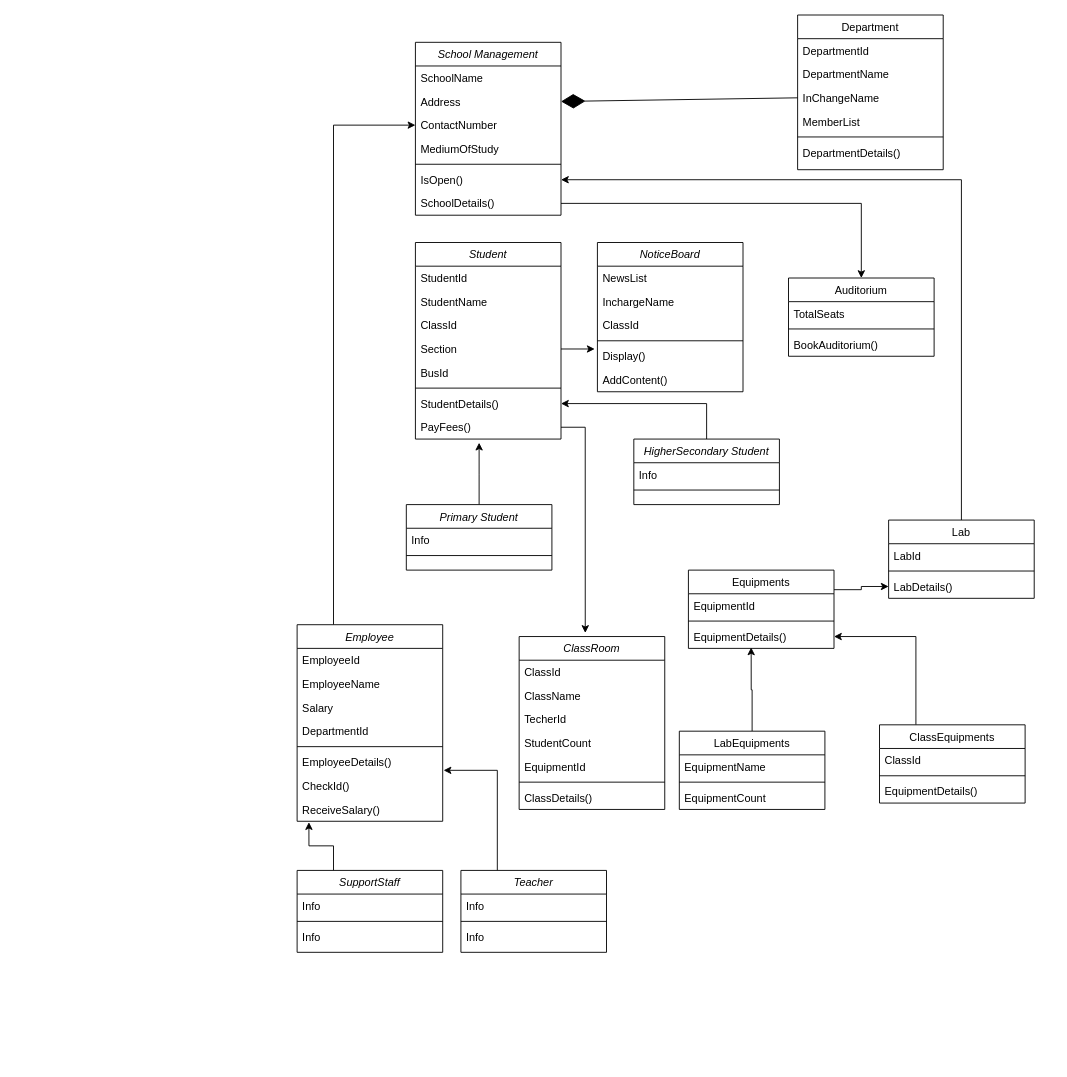
Earlier version of the draw.io diagram Untitled Diagram.drawio (walidulhasan/UML). Source tidied: cells renumbered, new cells numbered last; positions are measured from the earlier drawing's top-left corner, leaving out a move shared by most shapes. Both pictures are drawn from the tidied source at 91%, with x=0, y=0 at pixel (297, 15).
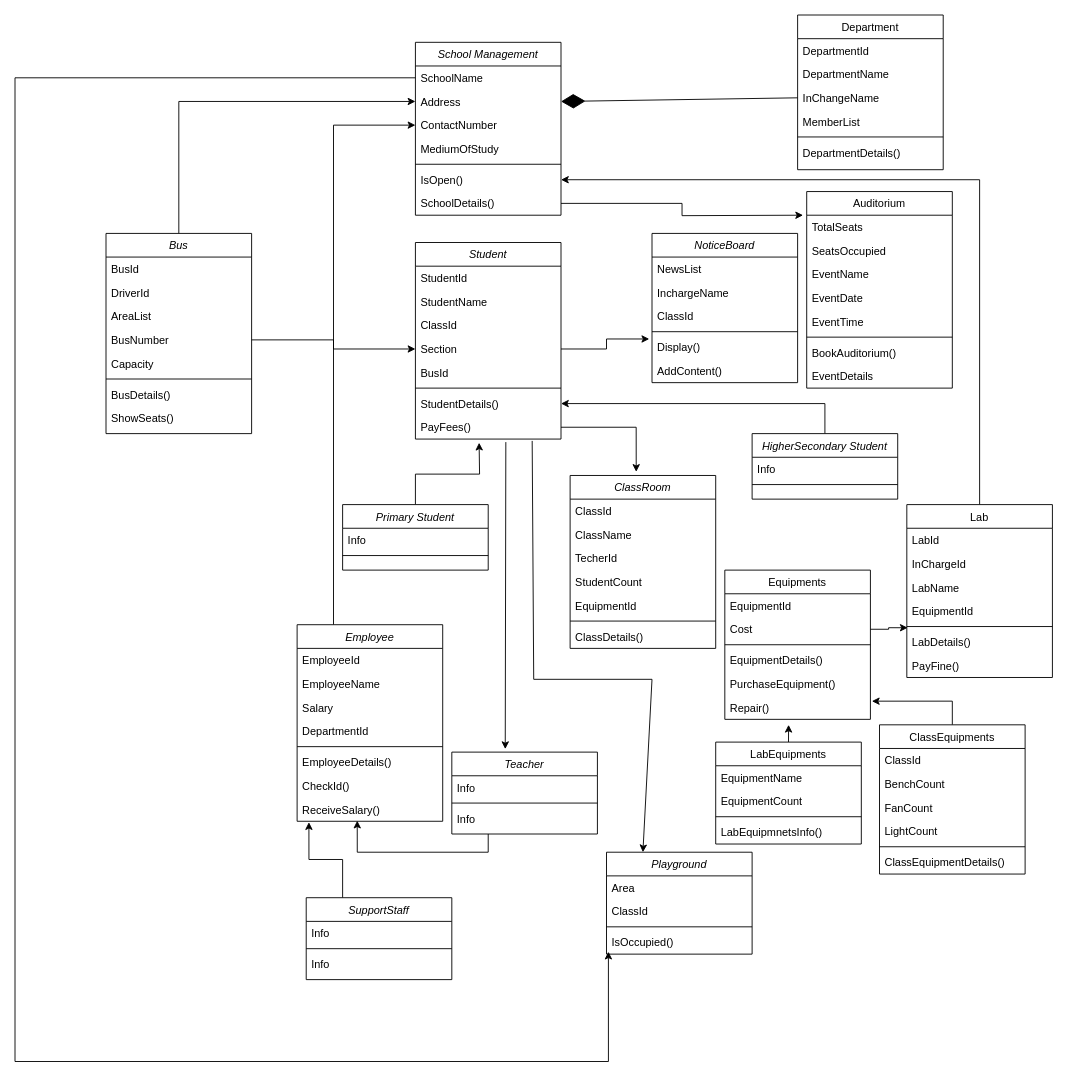
Above is the later version.

Unchanged cells that the change refers to:
```xml
<mxCell id="3" value="SchoolName" style="text;align=left;verticalAlign=top;spacingLeft=4;spacingRight=4;overflow=hidden;points=[[0,0.5],[1,0.5]];portConstraint=eastwest;" parent="2" vertex="1">
  <mxGeometry y="26" width="160" height="26" as="geometry" />
</mxCell>
<mxCell id="4" value="Address" style="text;align=left;verticalAlign=top;spacingLeft=4;spacingRight=4;overflow=hidden;points=[[0,0.5],[1,0.5]];portConstraint=eastwest;rounded=0;shadow=0;html=0;" parent="2" vertex="1">
  <mxGeometry y="52" width="160" height="26" as="geometry" />
</mxCell>
<mxCell id="9" value="SchoolDetails()" style="text;align=left;verticalAlign=top;spacingLeft=4;spacingRight=4;overflow=hidden;points=[[0,0.5],[1,0.5]];portConstraint=eastwest;" parent="2" vertex="1">
  <mxGeometry y="164" width="160" height="26" as="geometry" />
</mxCell>
<mxCell id="22" value="Section" style="text;align=left;verticalAlign=top;spacingLeft=4;spacingRight=4;overflow=hidden;points=[[0,0.5],[1,0.5]];portConstraint=eastwest;rounded=0;shadow=0;html=0;" parent="18" vertex="1">
  <mxGeometry y="104" width="160" height="26" as="geometry" />
</mxCell>
<mxCell id="26" value="PayFees()" style="text;align=left;verticalAlign=top;spacingLeft=4;spacingRight=4;overflow=hidden;points=[[0,0.5],[1,0.5]];portConstraint=eastwest;" parent="18" vertex="1">
  <mxGeometry y="190" width="160" height="26" as="geometry" />
</mxCell>
<mxCell id="59" value="CheckId()" style="text;align=left;verticalAlign=top;spacingLeft=4;spacingRight=4;overflow=hidden;points=[[0,0.5],[1,0.5]];portConstraint=eastwest;rounded=0;shadow=0;html=0;" parent="52" vertex="1">
  <mxGeometry y="164" width="160" height="26" as="geometry" />
</mxCell>
<mxCell id="60" value="ReceiveSalary()" style="text;align=left;verticalAlign=top;spacingLeft=4;spacingRight=4;overflow=hidden;points=[[0,0.5],[1,0.5]];portConstraint=eastwest;rounded=0;shadow=0;html=0;" parent="52" vertex="1">
  <mxGeometry y="190" width="160" height="26" as="geometry" />
</mxCell>
```

Diff of the diagram source:
```diff
@@
     <mxCell id="27" value="NoticeBoard" style="swimlane;fontStyle=2;align=center;verticalAlign=top;horizontal=1;startSize=26;rounded=0;shadow=0;strokeWidth=1;" parent="1" vertex="1">
-      <mxGeometry x="330" y="250" width="160" height="164" as="geometry" />
+      <mxGeometry x="390" y="240" width="160" height="164" as="geometry" />
     </mxCell>
@@
     <mxCell id="35" value="Primary Student" style="swimlane;fontStyle=2;align=center;verticalAlign=top;horizontal=1;startSize=26;rounded=0;shadow=0;strokeWidth=1;" parent="1" vertex="1">
-      <mxGeometry x="120" y="538" width="160" height="72" as="geometry" />
+      <mxGeometry x="50" y="538" width="160" height="72" as="geometry" />
     </mxCell>
@@
     <mxCell id="39" value="HigherSecondary Student" style="swimlane;fontStyle=2;align=center;verticalAlign=top;horizontal=1;startSize=26;rounded=0;shadow=0;strokeWidth=1;" parent="1" vertex="1">
-      <mxGeometry x="370" y="466" width="160" height="72" as="geometry" />
+      <mxGeometry x="500" y="460" width="160" height="72" as="geometry" />
     </mxCell>
@@
     <mxCell id="42" value="ClassRoom" style="swimlane;fontStyle=2;align=center;verticalAlign=top;horizontal=1;startSize=26;rounded=0;shadow=0;strokeWidth=1;" parent="1" vertex="1">
-      <mxGeometry x="244" y="683" width="160" height="190" as="geometry" />
+      <mxGeometry x="300" y="506" width="160" height="190" as="geometry" />
     </mxCell>
@@
     <mxCell id="62" value="SupportStaff" style="swimlane;fontStyle=2;align=center;verticalAlign=top;horizontal=1;startSize=26;rounded=0;shadow=0;strokeWidth=1;" parent="1" vertex="1">
-      <mxGeometry y="940" width="160" height="90" as="geometry" />
+      <mxGeometry x="10" y="970" width="160" height="90" as="geometry" />
     </mxCell>
@@
-    <mxCell id="66" style="edgeStyle=orthogonalEdgeStyle;rounded=0;jettySize=auto;html=1;exitX=0.25;exitY=0;exitDx=0;exitDy=0;entryX=1.006;entryY=-0.154;entryDx=0;entryDy=0;entryPerimeter=0;" parent="1" edge="1" source="67" target="59">
-      <mxGeometry relative="1" as="geometry" />
-    </mxCell>
+    <mxCell id="97" style="edgeStyle=orthogonalEdgeStyle;rounded=0;jettySize=auto;html=1;exitX=0.25;exitY=1;exitDx=0;exitDy=0;entryX=0.413;entryY=0.974;entryDx=0;entryDy=0;entryPerimeter=0;" parent="1" edge="1" source="67" target="60">
+      <mxGeometry relative="1" as="geometry" />
+    </mxCell>
     <mxCell id="67" value="Teacher" style="swimlane;fontStyle=2;align=center;verticalAlign=top;horizontal=1;startSize=26;rounded=0;shadow=0;strokeWidth=1;" parent="1" vertex="1">
-      <mxGeometry x="180" y="940" width="160" height="90" as="geometry" />
+      <mxGeometry x="170" y="810" width="160" height="90" as="geometry" />
     </mxCell>
@@
     <mxCell id="72" value="Auditorium" style="swimlane;fontStyle=0;align=center;verticalAlign=top;horizontal=1;startSize=26;rounded=0;shadow=0;strokeWidth=1;" parent="1" vertex="1">
-      <mxGeometry x="540" y="289" width="160" height="86" as="geometry" />
+      <mxGeometry x="560" y="194" width="160" height="216" as="geometry" />
     </mxCell>
@@
+    <mxCell id="98" value="SeatsOccupied" style="text;align=left;verticalAlign=top;spacingLeft=4;spacingRight=4;overflow=hidden;" parent="72" vertex="1">
+      <mxGeometry y="52" width="160" height="26" as="geometry" />
+    </mxCell>
+    <mxCell id="99" value="EventName" style="text;align=left;verticalAlign=top;spacingLeft=4;spacingRight=4;overflow=hidden;" parent="72" vertex="1">
+      <mxGeometry y="78" width="160" height="26" as="geometry" />
+    </mxCell>
+    <mxCell id="100" value="EventDate" style="text;align=left;verticalAlign=top;spacingLeft=4;spacingRight=4;overflow=hidden;" parent="72" vertex="1">
+      <mxGeometry y="104" width="160" height="26" as="geometry" />
+    </mxCell>
+    <mxCell id="101" value="EventTime" style="text;align=left;verticalAlign=top;spacingLeft=4;spacingRight=4;overflow=hidden;" parent="72" vertex="1">
+      <mxGeometry y="130" width="160" height="26" as="geometry" />
+    </mxCell>
     <mxCell id="74" style="line;html=1;strokeWidth=1;align=left;verticalAlign=middle;spacingTop=-1;spacingLeft=3;spacingRight=3;labelPosition=right;" parent="72" vertex="1">
-      <mxGeometry y="52" width="160" height="8" as="geometry" />
+      <mxGeometry y="156" width="160" height="8" as="geometry" />
     </mxCell>
     <mxCell id="75" value="BookAuditorium()" style="text;align=left;verticalAlign=top;spacingLeft=4;spacingRight=4;overflow=hidden;" parent="72" vertex="1">
-      <mxGeometry y="60" width="160" height="26" as="geometry" />
+      <mxGeometry y="164" width="160" height="26" as="geometry" />
     </mxCell>
-    <mxCell id="76" style="edgeStyle=orthogonalEdgeStyle;rounded=0;jettySize=auto;html=1;exitX=1;exitY=0.5;exitDx=0;exitDy=0;entryX=0.5;entryY=0;entryDx=0;entryDy=0;" parent="1" edge="1" source="9" target="72">
-      <mxGeometry relative="1" as="geometry" />
-    </mxCell>
+    <mxCell id="102" value="EventDetails" style="text;align=left;verticalAlign=top;spacingLeft=4;spacingRight=4;overflow=hidden;" parent="72" vertex="1">
+      <mxGeometry y="190" width="160" height="26" as="geometry" />
+    </mxCell>
@@
     <mxCell id="78" value="Lab" style="swimlane;fontStyle=0;align=center;verticalAlign=top;horizontal=1;startSize=26;rounded=0;shadow=0;strokeWidth=1;" parent="1" vertex="1">
-      <mxGeometry x="650" y="555" width="160" height="86" as="geometry" />
+      <mxGeometry x="670" y="538" width="160" height="190" as="geometry" />
     </mxCell>
@@
+    <mxCell id="103" value="InChargeId" style="text;align=left;verticalAlign=top;spacingLeft=4;spacingRight=4;overflow=hidden;" parent="78" vertex="1">
+      <mxGeometry y="52" width="160" height="26" as="geometry" />
+    </mxCell>
+    <mxCell id="104" value="LabName" style="text;align=left;verticalAlign=top;spacingLeft=4;spacingRight=4;overflow=hidden;" parent="78" vertex="1">
+      <mxGeometry y="78" width="160" height="26" as="geometry" />
+    </mxCell>
+    <mxCell id="105" value="EquipmentId" style="text;align=left;verticalAlign=top;spacingLeft=4;spacingRight=4;overflow=hidden;" parent="78" vertex="1">
+      <mxGeometry y="104" width="160" height="26" as="geometry" />
+    </mxCell>
     <mxCell id="80" style="line;html=1;strokeWidth=1;align=left;verticalAlign=middle;spacingTop=-1;spacingLeft=3;spacingRight=3;labelPosition=right;points=[];portConstraint=eastwest;" parent="78" vertex="1">
-      <mxGeometry y="52" width="160" height="8" as="geometry" />
+      <mxGeometry y="130" width="160" height="8" as="geometry" />
     </mxCell>
     <mxCell id="81" value="LabDetails()" style="text;align=left;verticalAlign=top;spacingLeft=4;spacingRight=4;overflow=hidden;points=[[0,0.5],[1,0.5]];portConstraint=eastwest;" parent="78" vertex="1">
-      <mxGeometry y="60" width="160" height="26" as="geometry" />
+      <mxGeometry y="138" width="160" height="26" as="geometry" />
     </mxCell>
-    <mxCell id="82" style="edgeStyle=orthogonalEdgeStyle;rounded=0;jettySize=auto;html=1;exitX=1;exitY=0.25;exitDx=0;exitDy=0;" parent="1" edge="1" source="83" target="81">
-      <mxGeometry relative="1" as="geometry" />
-    </mxCell>
+    <mxCell id="106" value="PayFine()" style="text;align=left;verticalAlign=top;spacingLeft=4;spacingRight=4;overflow=hidden;" parent="78" vertex="1">
+      <mxGeometry y="164" width="160" height="26" as="geometry" />
+    </mxCell>
     <mxCell id="83" value="Equipments" style="swimlane;fontStyle=0;align=center;verticalAlign=top;horizontal=1;startSize=26;rounded=0;shadow=0;strokeWidth=1;" parent="1" vertex="1">
-      <mxGeometry x="430" y="610" width="160" height="86" as="geometry" />
+      <mxGeometry x="470" y="610" width="160" height="164" as="geometry" />
     </mxCell>
@@
+    <mxCell id="107" value="Cost" style="text;align=left;verticalAlign=top;spacingLeft=4;spacingRight=4;overflow=hidden;points=[[0,0.5],[1,0.5]];portConstraint=eastwest;" parent="83" vertex="1">
+      <mxGeometry y="52" width="160" height="26" as="geometry" />
+    </mxCell>
     <mxCell id="85" style="line;html=1;strokeWidth=1;align=left;verticalAlign=middle;spacingTop=-1;spacingLeft=3;spacingRight=3;labelPosition=right;" parent="83" vertex="1">
-      <mxGeometry y="52" width="160" height="8" as="geometry" />
+      <mxGeometry y="78" width="160" height="8" as="geometry" />
     </mxCell>
     <mxCell id="86" value="EquipmentDetails()" style="text;align=left;verticalAlign=top;spacingLeft=4;spacingRight=4;overflow=hidden;points=[[0,0.5],[1,0.5]];portConstraint=eastwest;" parent="83" vertex="1">
-      <mxGeometry y="60" width="160" height="26" as="geometry" />
+      <mxGeometry y="86" width="160" height="26" as="geometry" />
     </mxCell>
-    <mxCell id="87" style="edgeStyle=orthogonalEdgeStyle;rounded=0;jettySize=auto;html=1;exitX=0.5;exitY=0;exitDx=0;exitDy=0;entryX=0.431;entryY=0.962;entryDx=0;entryDy=0;entryPerimeter=0;" parent="1" edge="1" source="88" target="86">
-      <mxGeometry relative="1" as="geometry" />
-    </mxCell>
+    <mxCell id="108" value="PurchaseEquipment()" style="text;align=left;verticalAlign=top;spacingLeft=4;spacingRight=4;overflow=hidden;" parent="83" vertex="1">
+      <mxGeometry y="112" width="160" height="26" as="geometry" />
+    </mxCell>
+    <mxCell id="109" value="Repair()" style="text;align=left;verticalAlign=top;spacingLeft=4;spacingRight=4;overflow=hidden;points=[[0,0.5],[1,0.5]];portConstraint=eastwest;" parent="83" vertex="1">
+      <mxGeometry y="138" width="160" height="26" as="geometry" />
+    </mxCell>
+    <mxCell id="110" style="edgeStyle=orthogonalEdgeStyle;rounded=0;jettySize=auto;html=1;exitX=0.5;exitY=0;exitDx=0;exitDy=0;entryX=0.438;entryY=1.231;entryDx=0;entryDy=0;entryPerimeter=0;" parent="1" edge="1" source="88" target="109">
+      <mxGeometry relative="1" as="geometry" />
+    </mxCell>
     <mxCell id="88" value="LabEquipments" style="swimlane;fontStyle=0;align=center;verticalAlign=top;horizontal=1;startSize=26;rounded=0;shadow=0;strokeWidth=1;" parent="1" vertex="1">
-      <mxGeometry x="420" y="787" width="160" height="86" as="geometry" />
+      <mxGeometry x="460" y="799" width="160" height="112" as="geometry" />
     </mxCell>
@@
+    <mxCell id="111" value="EquipmentCount" style="text;align=left;verticalAlign=top;spacingLeft=4;spacingRight=4;overflow=hidden;" parent="88" vertex="1">
+      <mxGeometry y="52" width="160" height="26" as="geometry" />
+    </mxCell>
     <mxCell id="90" style="line;html=1;strokeWidth=1;align=left;verticalAlign=middle;spacingTop=-1;spacingLeft=3;spacingRight=3;labelPosition=right;" parent="88" vertex="1">
-      <mxGeometry y="52" width="160" height="8" as="geometry" />
+      <mxGeometry y="78" width="160" height="8" as="geometry" />
     </mxCell>
-    <mxCell id="91" value="EquipmentCount" style="text;align=left;verticalAlign=top;spacingLeft=4;spacingRight=4;overflow=hidden;" parent="88" vertex="1">
-      <mxGeometry y="60" width="160" height="26" as="geometry" />
+    <mxCell id="91" value="LabEquipmnetsInfo()" style="text;align=left;verticalAlign=top;spacingLeft=4;spacingRight=4;overflow=hidden;" parent="88" vertex="1">
+      <mxGeometry y="86" width="160" height="26" as="geometry" />
     </mxCell>
-    <mxCell id="92" style="edgeStyle=orthogonalEdgeStyle;rounded=0;jettySize=auto;html=1;exitX=0.25;exitY=0;exitDx=0;exitDy=0;" parent="1" edge="1" source="93" target="86">
-      <mxGeometry relative="1" as="geometry" />
-    </mxCell>
+    <mxCell id="112" style="edgeStyle=orthogonalEdgeStyle;rounded=0;jettySize=auto;html=1;exitX=0.5;exitY=0;exitDx=0;exitDy=0;entryX=1.01;entryY=0.231;entryDx=0;entryDy=0;entryPerimeter=0;" parent="1" edge="1" source="93" target="109">
+      <mxGeometry relative="1" as="geometry" />
+    </mxCell>
     <mxCell id="93" value="ClassEquipments" style="swimlane;fontStyle=0;align=center;verticalAlign=top;horizontal=1;startSize=26;rounded=0;shadow=0;strokeWidth=1;" parent="1" vertex="1">
-      <mxGeometry x="640" y="780" width="160" height="86" as="geometry" />
+      <mxGeometry x="640" y="780" width="160" height="164" as="geometry" />
     </mxCell>
@@
+    <mxCell id="113" value="BenchCount" style="text;align=left;verticalAlign=top;spacingLeft=4;spacingRight=4;overflow=hidden;" parent="93" vertex="1">
+      <mxGeometry y="52" width="160" height="26" as="geometry" />
+    </mxCell>
+    <mxCell id="114" value="FanCount" style="text;align=left;verticalAlign=top;spacingLeft=4;spacingRight=4;overflow=hidden;" parent="93" vertex="1">
+      <mxGeometry y="78" width="160" height="26" as="geometry" />
+    </mxCell>
+    <mxCell id="115" value="LightCount" style="text;align=left;verticalAlign=top;spacingLeft=4;spacingRight=4;overflow=hidden;" parent="93" vertex="1">
+      <mxGeometry y="104" width="160" height="26" as="geometry" />
+    </mxCell>
     <mxCell id="95" style="line;html=1;strokeWidth=1;align=left;verticalAlign=middle;spacingTop=-1;spacingLeft=3;spacingRight=3;labelPosition=right;" parent="93" vertex="1">
-      <mxGeometry y="52" width="160" height="8" as="geometry" />
+      <mxGeometry y="130" width="160" height="8" as="geometry" />
     </mxCell>
-    <mxCell id="96" value="EquipmentDetails()" style="text;align=left;verticalAlign=top;spacingLeft=4;spacingRight=4;overflow=hidden;" parent="93" vertex="1">
-      <mxGeometry y="60" width="160" height="26" as="geometry" />
+    <mxCell id="96" value="ClassEquipmentDetails()" style="text;align=left;verticalAlign=top;spacingLeft=4;spacingRight=4;overflow=hidden;" parent="93" vertex="1">
+      <mxGeometry y="138" width="160" height="26" as="geometry" />
     </mxCell>
+    <mxCell id="116" style="endArrow=classic;html=1;rounded=0;exitX=0.621;exitY=1.128;exitDx=0;exitDy=0;exitPerimeter=0;entryX=0.367;entryY=-0.037;entryDx=0;entryDy=0;entryPerimeter=0;" parent="1" edge="1" source="26" target="67">
+      <mxGeometry relative="1" as="geometry" />
+    </mxCell>
+    <mxCell id="117" value="Playground" style="swimlane;fontStyle=2;align=center;verticalAlign=top;horizontal=1;startSize=26;rounded=0;shadow=0;strokeWidth=1;" parent="1" vertex="1">
+      <mxGeometry x="340" y="920" width="160" height="112" as="geometry" />
+    </mxCell>
+    <mxCell id="118" value="Area" style="text;align=left;verticalAlign=top;spacingLeft=4;spacingRight=4;overflow=hidden;rounded=0;shadow=0;html=0;" parent="117" vertex="1">
+      <mxGeometry y="26" width="160" height="26" as="geometry" />
+    </mxCell>
+    <mxCell id="119" value="ClassId" style="text;align=left;verticalAlign=top;spacingLeft=4;spacingRight=4;overflow=hidden;rounded=0;shadow=0;html=0;" parent="117" vertex="1">
+      <mxGeometry y="52" width="160" height="26" as="geometry" />
+    </mxCell>
+    <mxCell id="120" style="line;html=1;strokeWidth=1;align=left;verticalAlign=middle;spacingTop=-1;spacingLeft=3;spacingRight=3;labelPosition=right;" parent="117" vertex="1">
+      <mxGeometry y="78" width="160" height="8" as="geometry" />
+    </mxCell>
+    <mxCell id="121" value="IsOccupied()" style="text;align=left;verticalAlign=top;spacingLeft=4;spacingRight=4;overflow=hidden;points=[[0,0.5],[1,0.5]];portConstraint=eastwest;rounded=0;shadow=0;html=0;" parent="117" vertex="1">
+      <mxGeometry y="86" width="160" height="26" as="geometry" />
+    </mxCell>
+    <mxCell id="122" style="endArrow=classic;html=1;rounded=0;exitX=0.802;exitY=1.077;exitDx=0;exitDy=0;exitPerimeter=0;entryX=0.25;entryY=0;entryDx=0;entryDy=0;" parent="1" edge="1" source="26" target="117">
+      <mxGeometry relative="1" as="geometry">
+        <Array as="points">
+          <mxPoint x="260" y="730" />
+          <mxPoint x="390" y="730" />
+        </Array>
+      </mxGeometry>
+    </mxCell>
+    <mxCell id="123" style="edgeStyle=orthogonalEdgeStyle;rounded=0;jettySize=auto;html=1;exitX=0;exitY=0.5;exitDx=0;exitDy=0;entryX=0.013;entryY=0.897;entryDx=0;entryDy=0;entryPerimeter=0;" parent="1" edge="1" source="3" target="121">
+      <mxGeometry relative="1" as="geometry">
+        <Array as="points">
+          <mxPoint x="-310" y="69" />
+          <mxPoint x="-310" y="1150" />
+          <mxPoint x="342" y="1150" />
+        </Array>
+      </mxGeometry>
+    </mxCell>
+    <mxCell id="124" style="edgeStyle=orthogonalEdgeStyle;rounded=0;jettySize=auto;html=1;exitX=1;exitY=0.5;exitDx=0;exitDy=0;entryX=0.006;entryY=0.667;entryDx=0;entryDy=0;entryPerimeter=0;" parent="1" edge="1" source="107" target="80">
+      <mxGeometry relative="1" as="geometry" />
+    </mxCell>
+    <mxCell id="125" style="edgeStyle=orthogonalEdgeStyle;rounded=0;jettySize=auto;html=1;exitX=1;exitY=0.5;exitDx=0;exitDy=0;" parent="1" edge="1" source="9">
+      <mxGeometry relative="1" as="geometry">
+        <mxPoint x="556" y="220" as="targetPoint" />
+      </mxGeometry>
+    </mxCell>
+    <mxCell id="126" style="edgeStyle=orthogonalEdgeStyle;rounded=0;jettySize=auto;html=1;exitX=0.5;exitY=0;exitDx=0;exitDy=0;entryX=0;entryY=0.5;entryDx=0;entryDy=0;" parent="1" edge="1" source="127" target="4">
+      <mxGeometry relative="1" as="geometry" />
+    </mxCell>
+    <mxCell id="127" value="Bus" style="swimlane;fontStyle=2;align=center;verticalAlign=top;horizontal=1;startSize=26;rounded=0;shadow=0;strokeWidth=1;" parent="1" vertex="1">
+      <mxGeometry x="-210" y="240" width="160" height="220" as="geometry" />
+    </mxCell>
+    <mxCell id="128" value="BusId" style="text;align=left;verticalAlign=top;spacingLeft=4;spacingRight=4;overflow=hidden;" parent="127" vertex="1">
+      <mxGeometry y="26" width="160" height="26" as="geometry" />
+    </mxCell>
+    <mxCell id="129" value="DriverId" style="text;align=left;verticalAlign=top;spacingLeft=4;spacingRight=4;overflow=hidden;rounded=0;shadow=0;html=0;" parent="127" vertex="1">
+      <mxGeometry y="52" width="160" height="26" as="geometry" />
+    </mxCell>
+    <mxCell id="130" value="AreaList" style="text;align=left;verticalAlign=top;spacingLeft=4;spacingRight=4;overflow=hidden;rounded=0;shadow=0;html=0;" parent="127" vertex="1">
+      <mxGeometry y="78" width="160" height="26" as="geometry" />
+    </mxCell>
+    <mxCell id="131" value="BusNumber" style="text;align=left;verticalAlign=top;spacingLeft=4;spacingRight=4;overflow=hidden;points=[[0,0.5],[1,0.5]];portConstraint=eastwest;rounded=0;shadow=0;html=0;" parent="127" vertex="1">
+      <mxGeometry y="104" width="160" height="26" as="geometry" />
+    </mxCell>
+    <mxCell id="132" value="Capacity" style="text;align=left;verticalAlign=top;spacingLeft=4;spacingRight=4;overflow=hidden;rounded=0;shadow=0;html=0;" parent="127" vertex="1">
+      <mxGeometry y="130" width="160" height="26" as="geometry" />
+    </mxCell>
+    <mxCell id="133" style="line;html=1;strokeWidth=1;align=left;verticalAlign=middle;spacingTop=-1;spacingLeft=3;spacingRight=3;labelPosition=right;" parent="127" vertex="1">
+      <mxGeometry y="156" width="160" height="8" as="geometry" />
+    </mxCell>
+    <mxCell id="134" value="BusDetails()" style="text;align=left;verticalAlign=top;spacingLeft=4;spacingRight=4;overflow=hidden;" parent="127" vertex="1">
+      <mxGeometry y="164" width="160" height="26" as="geometry" />
+    </mxCell>
+    <mxCell id="135" value="ShowSeats()" style="text;align=left;verticalAlign=top;spacingLeft=4;spacingRight=4;overflow=hidden;" parent="127" vertex="1">
+      <mxGeometry y="190" width="160" height="26" as="geometry" />
+    </mxCell>
+    <mxCell id="136" style="edgeStyle=orthogonalEdgeStyle;rounded=0;jettySize=auto;html=1;exitX=1;exitY=0.5;exitDx=0;exitDy=0;entryX=0;entryY=0.5;entryDx=0;entryDy=0;" parent="1" edge="1" source="131" target="22">
+      <mxGeometry relative="1" as="geometry" />
+    </mxCell>
```
